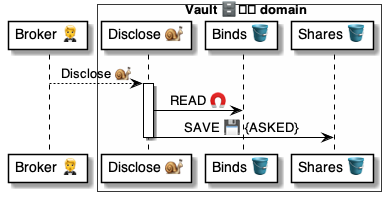
Before: 4 ⚙️ Solution/41 🎭 Domain Roles/Vaults 🗄️/🗄️📨 Vault msgs/Disclose 🤵🐌🗄️/🗄️ Disclose ⚙️ uml.png, a diagram exported from PlantUML (pollyweb-org/pollyweb-docs). Its source is kept beside it as 4 ⚙️ Solution/41 🎭 Domain Roles/Vaults 🗄️/🗄️📨 Vault msgs/Disclose 🤵🐌🗄️/🗄️ Disclose ⚙️ uml.puml. Its diagram source:
```plantuml
@startuml Disclose@Broker

participant "Broker 🤵" as broker
box Vault 🗄️️ domain #FFFFFA
    participant "Disclose 🐌" as vault
    participant "Binds 🪣" as binds
    participant "Shares 🪣" as shares
end box


broker --> vault: Disclose 🐌

activate vault
    vault -> binds: READ 🧲
    vault -> shares: SAVE 💾 {ASKED}
deactivate vault

@enduml
```
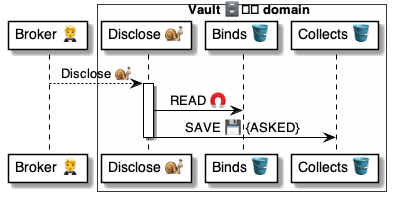
The same diagram one commit later.

The edit, as a diff of the source:
```diff
@@ -4,7 +4,7 @@
 box Vault 🗄️️ domain #FFFFFA
     participant "Disclose 🐌" as vault
     participant "Binds 🪣" as binds
-    participant "Shares 🪣" as shares
+    participant "Collects 🪣" as collects
 end box
 
 
@@ -12,7 +12,7 @@
 
 activate vault
     vault -> binds: READ 🧲
-    vault -> shares: SAVE 💾 {ASKED}
+    vault -> collects: SAVE 💾 {ASKED}
 deactivate vault
 
 @enduml
```
